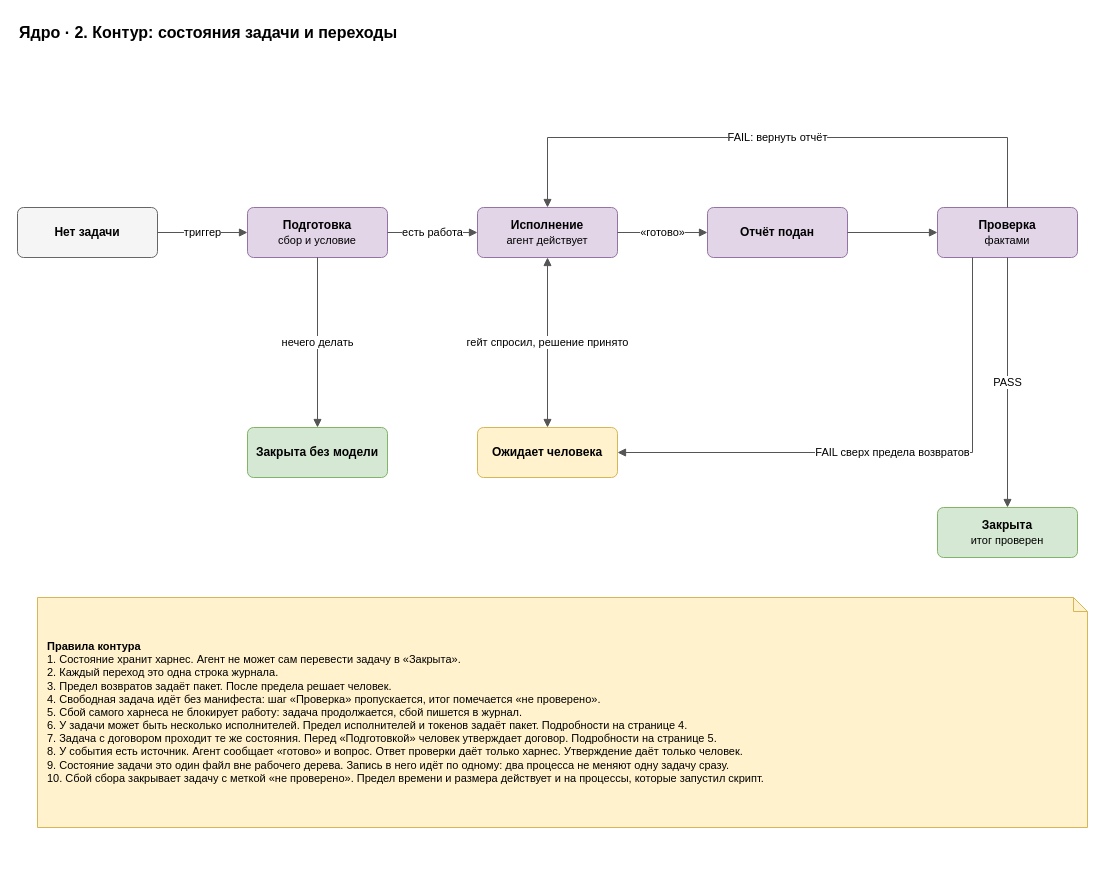
Earlier version of the draw.io diagram page "2. Состояния задачи" (2 of 7) of docs/spec/harness-core.drawio (roygkov/reins). Source tidied: cells renumbered, new cells numbered last; positions are measured from the earlier drawing's top-left corner, leaving out a move shared by most shapes. Both pictures are drawn from the tidied source at 100%, with x=0, y=0 at pixel (17, 17).
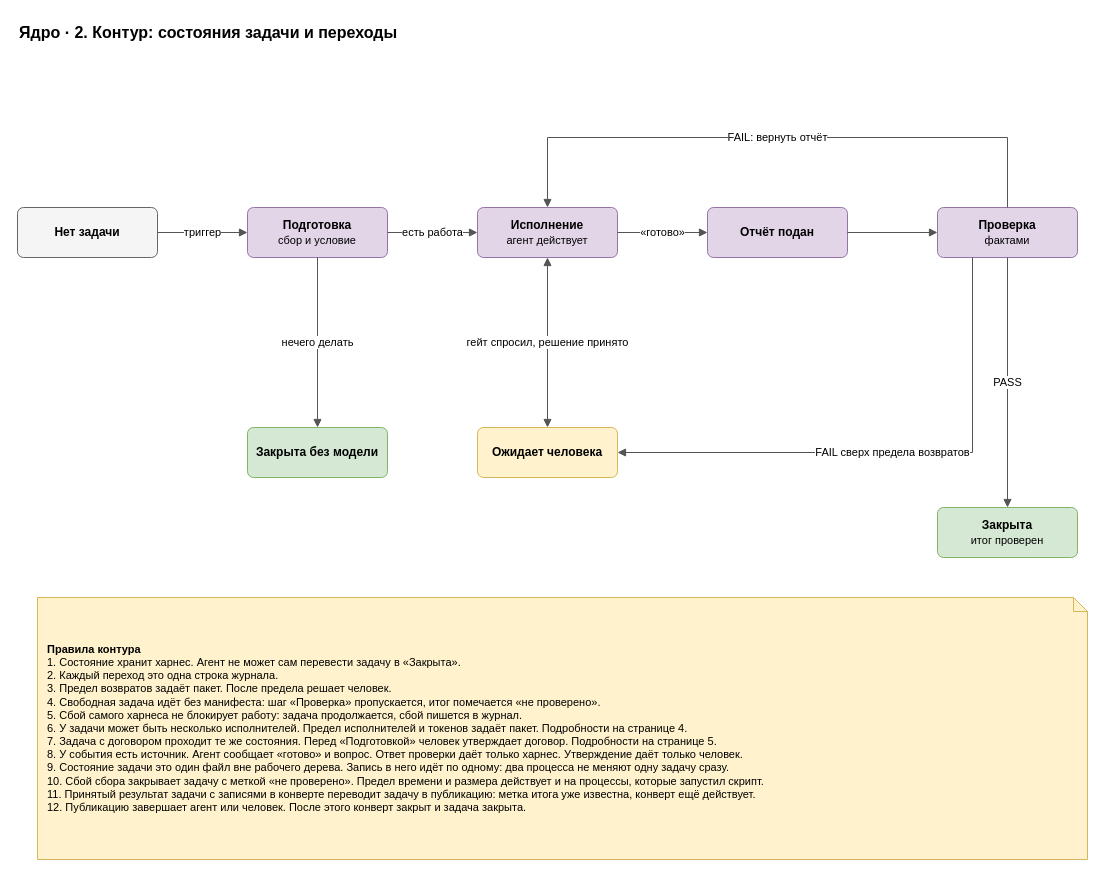
After the change.

Commit message (it also covers changes not shown here):
Diagrams: the publication of an accepted result in the rules of the task loop

The edit, as a diff of the source:
```diff
@@
-    <mxCell id="20" value="&lt;b&gt;Правила контура&lt;/b&gt;&lt;br&gt;1. Состояние хранит харнес. Агент не может сам перевести задачу в «Закрыта».&lt;br&gt;2. Каждый переход это одна строка журнала.&lt;br&gt;3. Предел возвратов задаёт пакет. После предела решает человек.&lt;br&gt;4. Свободная задача идёт без манифеста: шаг «Проверка» пропускается, итог помечается «не проверено».&lt;br&gt;5. Сбой самого харнеса не блокирует работу: задача продолжается, сбой пишется в журнал.&lt;br&gt;6. У задачи может быть несколько исполнителей. Предел исполнителей и токенов задаёт пакет. Подробности на странице 4.&lt;br&gt;7. Задача с договором проходит те же состояния. Перед «Подготовкой» человек утверждает договор. Подробности на странице 5.&lt;br&gt;8. У события есть источник. Агент сообщает «готово» и вопрос. Ответ проверки даёт только харнес. Утверждение даёт только человек.&lt;br&gt;9. Состояние задачи это один файл вне рабочего дерева. Запись в него идёт по одному: два процесса не меняют одну задачу сразу.&lt;br&gt;10. Сбой сбора закрывает задачу с меткой «не проверено». Предел времени и размера действует и на процессы, которые запустил скрипт." style="shape=note;whiteSpace=wrap;html=1;backgroundOutline=1;size=14;fillColor=#fff2cc;strokeColor=#d6b656;align=left;spacingLeft=8;spacingRight=8;fontSize=11;" parent="1" vertex="1">
-      <mxGeometry x="20" y="580" width="1050" height="230" as="geometry" />
+    <mxCell id="20" value="&lt;b&gt;Правила контура&lt;/b&gt;&lt;br&gt;1. Состояние хранит харнес. Агент не может сам перевести задачу в «Закрыта».&lt;br&gt;2. Каждый переход это одна строка журнала.&lt;br&gt;3. Предел возвратов задаёт пакет. После предела решает человек.&lt;br&gt;4. Свободная задача идёт без манифеста: шаг «Проверка» пропускается, итог помечается «не проверено».&lt;br&gt;5. Сбой самого харнеса не блокирует работу: задача продолжается, сбой пишется в журнал.&lt;br&gt;6. У задачи может быть несколько исполнителей. Предел исполнителей и токенов задаёт пакет. Подробности на странице 4.&lt;br&gt;7. Задача с договором проходит те же состояния. Перед «Подготовкой» человек утверждает договор. Подробности на странице 5.&lt;br&gt;8. У события есть источник. Агент сообщает «готово» и вопрос. Ответ проверки даёт только харнес. Утверждение даёт только человек.&lt;br&gt;9. Состояние задачи это один файл вне рабочего дерева. Запись в него идёт по одному: два процесса не меняют одну задачу сразу.&lt;br&gt;10. Сбой сбора закрывает задачу с меткой «не проверено». Предел времени и размера действует и на процессы, которые запустил скрипт.&lt;br&gt;11. Принятый результат задачи с записями в конверте переводит задачу в публикацию: метка итога уже известна, конверт ещё действует.&lt;br&gt;12. Публикацию завершает агент или человек. После этого конверт закрыт и задача закрыта." style="shape=note;whiteSpace=wrap;html=1;backgroundOutline=1;size=14;fillColor=#fff2cc;strokeColor=#d6b656;align=left;spacingLeft=8;spacingRight=8;fontSize=11;" parent="1" vertex="1">
+      <mxGeometry x="20" y="580" width="1050" height="262" as="geometry" />
     </mxCell>
```
